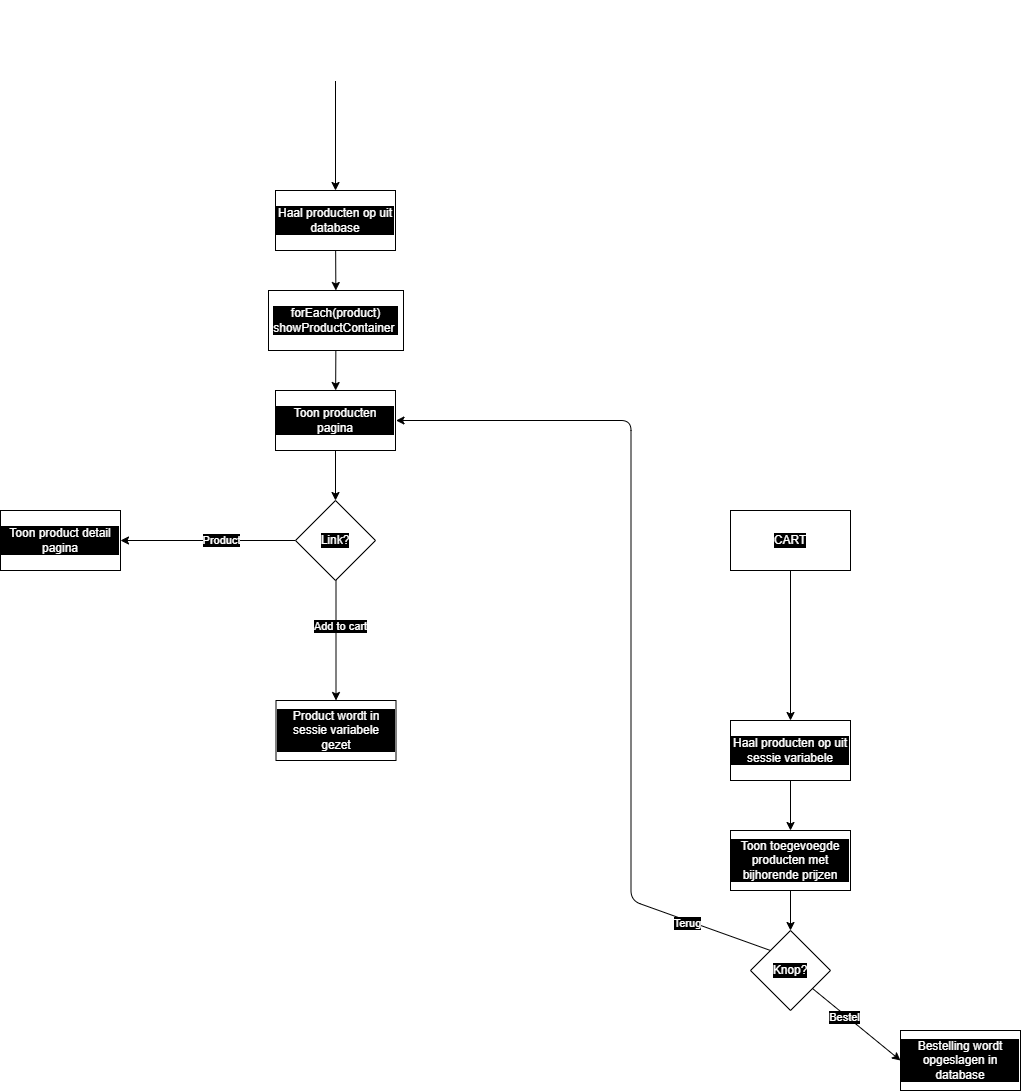
Before: Diagrams/webshop_flowchart.drawio.png, a diagram exported from draw.io (Dabra720/educom-webshop-database). Source tidied: cells renumbered, new cells last; positions are measured from the earlier drawing's top-left corner, leaving out a move shared by most shapes.
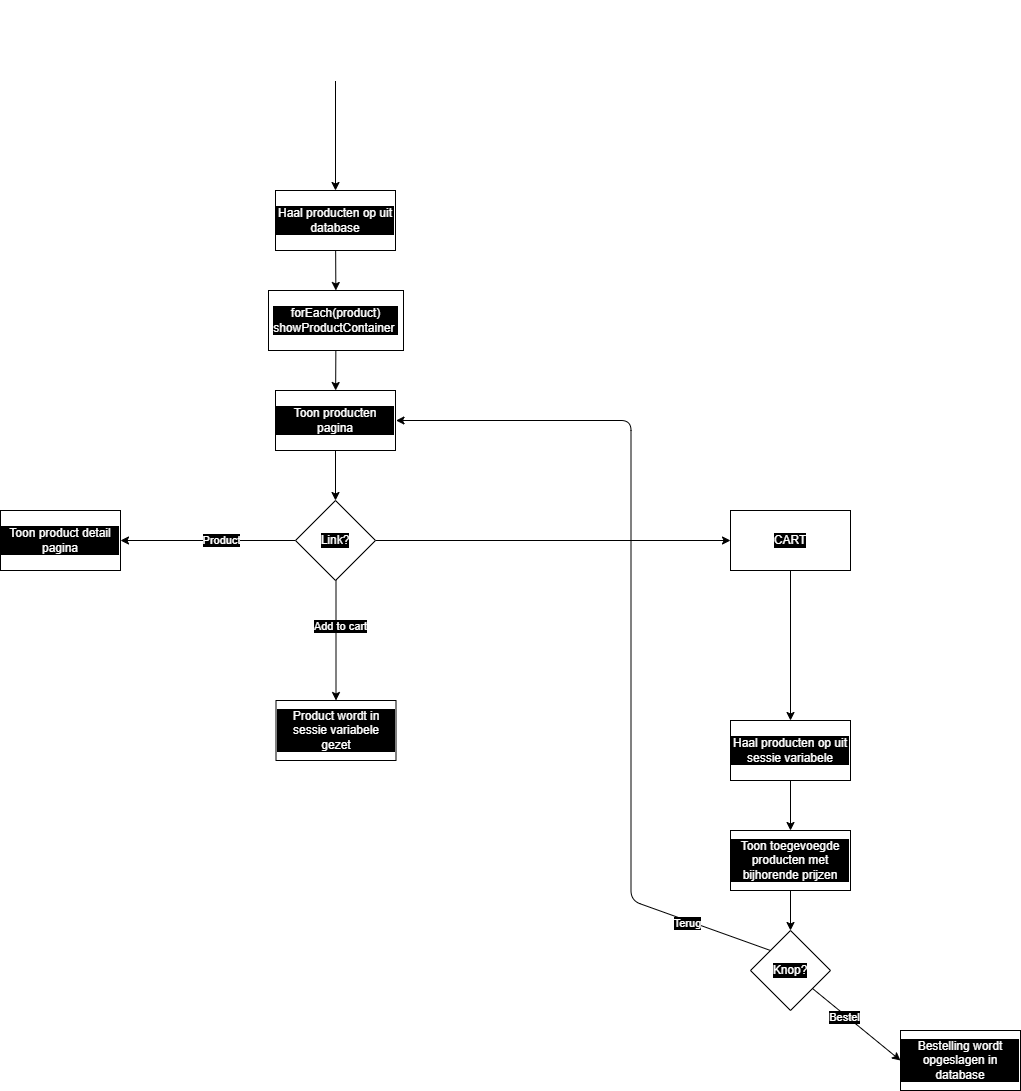
The same file after the commit.

The edit, as a diff of the source:
```diff
@@ -28,7 +28,7 @@
     <mxCell id="9" value="Add to cart" style="edgeLabel;html=1;align=center;verticalAlign=middle;fontColor=#FFFFFF;labelBackgroundColor=#000000;" parent="8" vertex="1">
       <mxGeometry x="-0.25" y="4" relative="1" as="geometry" />
     </mxCell>
-    <mxCell id="10" style="edgeStyle=none;html=1;strokeColor=#FFFFFF;labelBackgroundColor=#000000;fontColor=#FFFFFF;" parent="1" edge="1" source="11" target="19">
+    <mxCell id="10" style="edgeStyle=none;html=1;strokeColor=#000000;labelBackgroundColor=#000000;fontColor=#FFFFFF;" parent="1" edge="1" source="11" target="19">
       <mxGeometry relative="1" as="geometry" />
     </mxCell>
     <mxCell id="11" value="Link?" style="rhombus;whiteSpace=wrap;html=1;labelBackgroundColor=#000000;fontColor=#FFFFFF;" parent="1" vertex="1">
```
